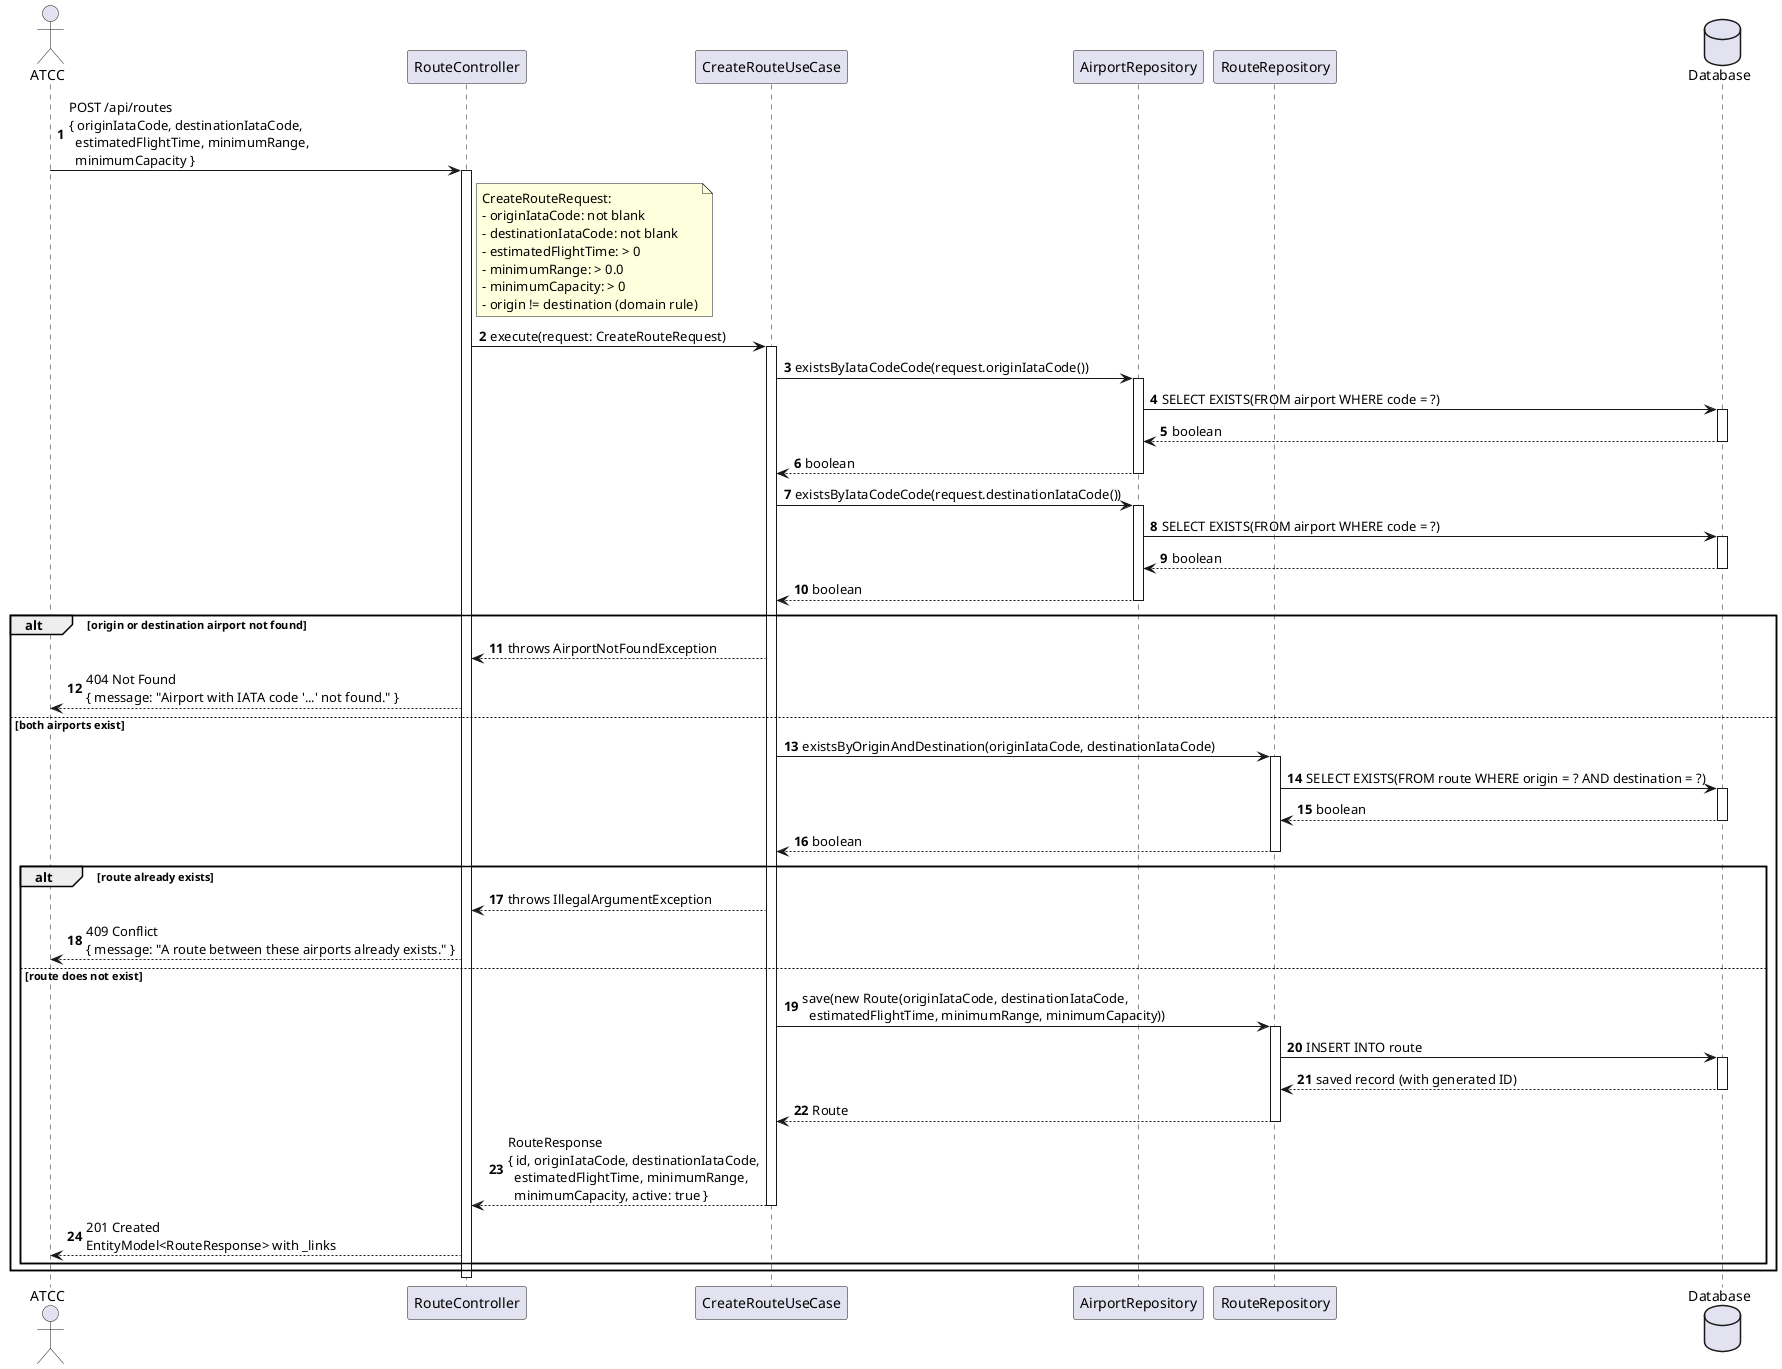
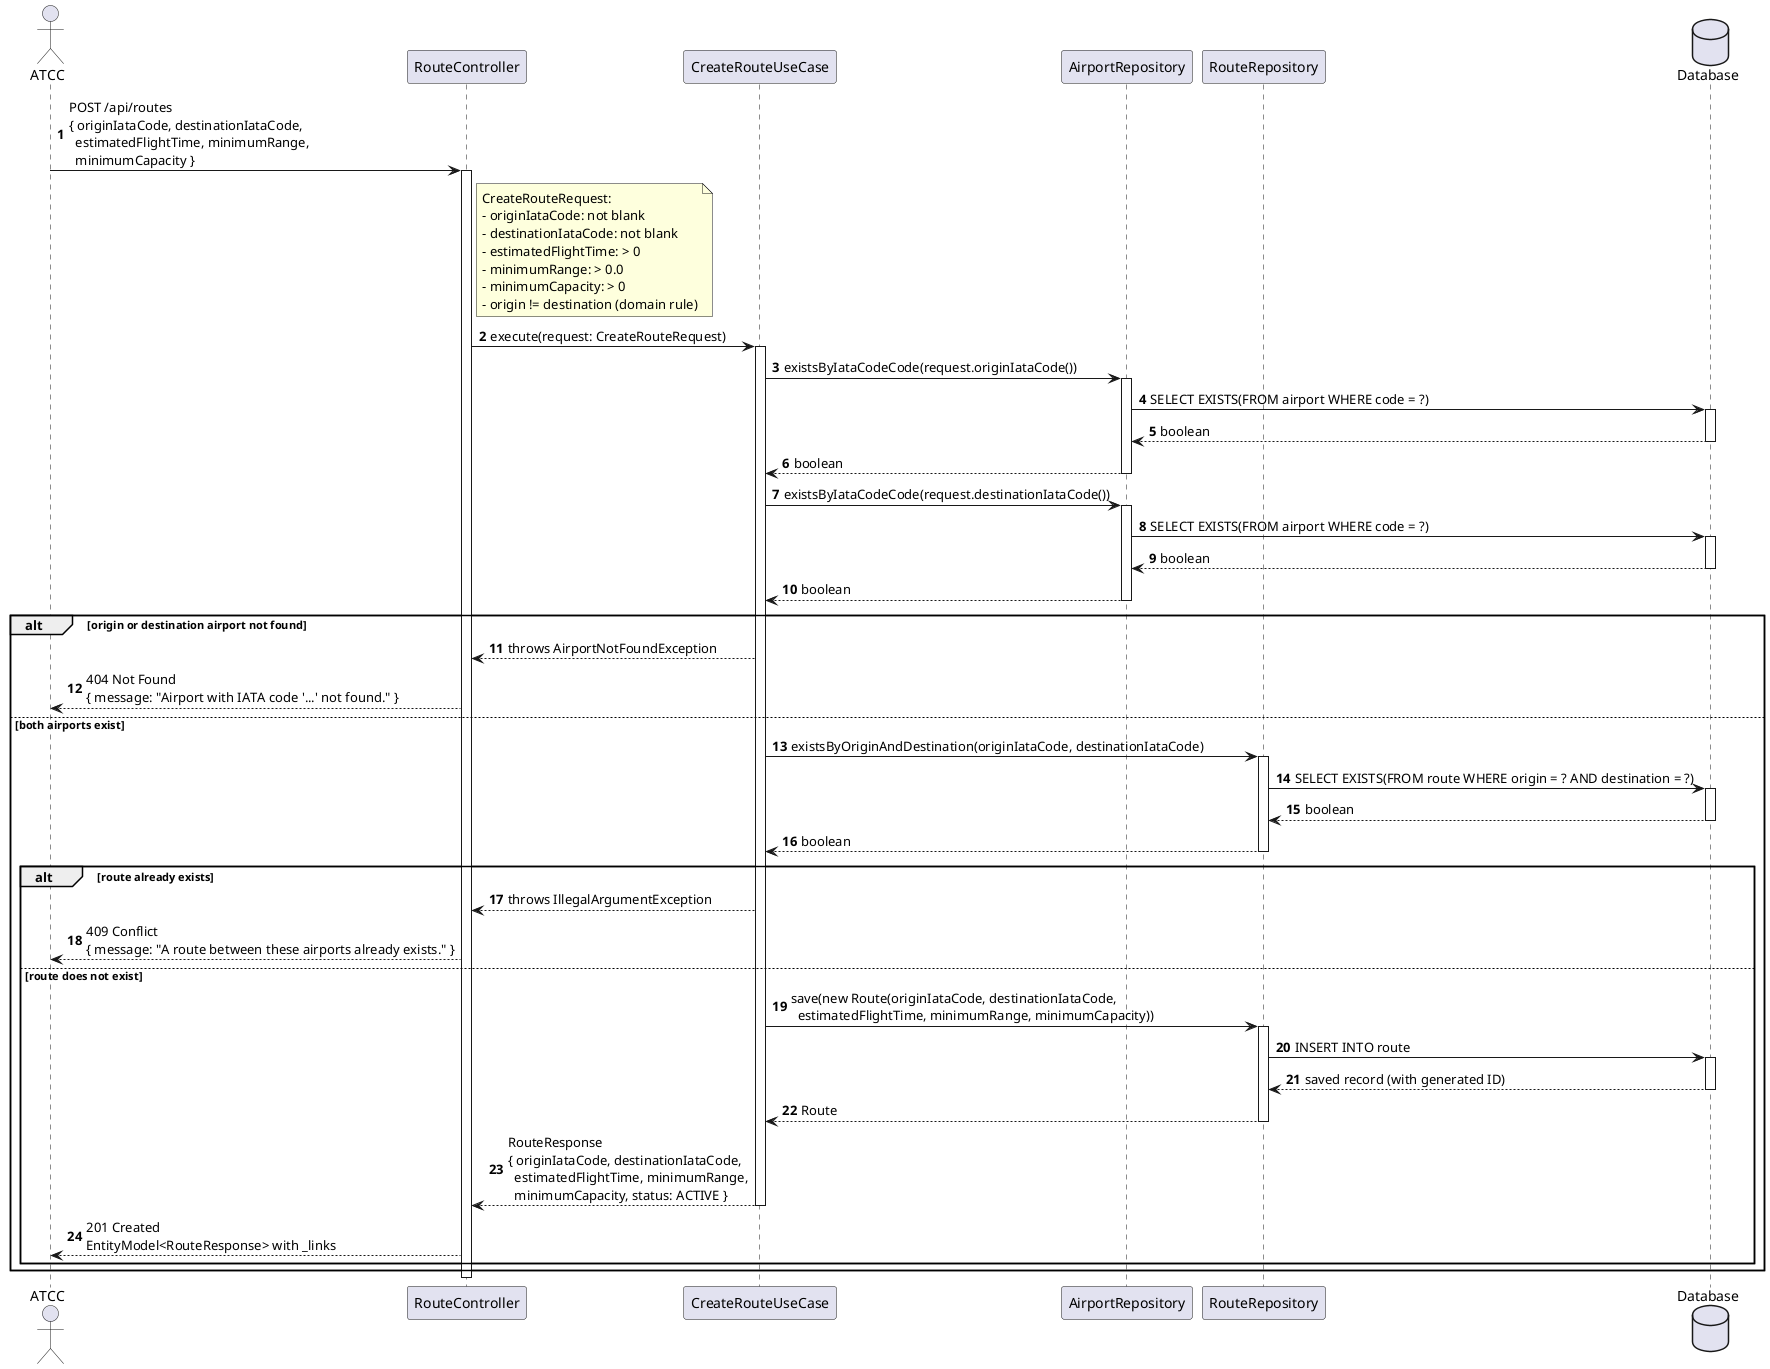
@startuml
autonumber
actor "ATCC" as Actor
participant "RouteController" as Ctrl
participant "CreateRouteUseCase" as UC
participant "AirportRepository" as AirRepo
participant "RouteRepository" as RouteRepo
database "Database" as DB

Actor -> Ctrl : POST /api/routes\n{ originIataCode, destinationIataCode,\n  estimatedFlightTime, minimumRange,\n  minimumCapacity }
activate Ctrl

note right of Ctrl
  CreateRouteRequest:
  - originIataCode: not blank
  - destinationIataCode: not blank
  - estimatedFlightTime: > 0
  - minimumRange: > 0.0
  - minimumCapacity: > 0
  - origin != destination (domain rule)
end note

Ctrl -> UC : execute(request: CreateRouteRequest)
activate UC

UC -> AirRepo : existsByIataCodeCode(request.originIataCode())
activate AirRepo
AirRepo -> DB : SELECT EXISTS(FROM airport WHERE code = ?)
activate DB
DB --> AirRepo : boolean
deactivate DB
AirRepo --> UC : boolean
deactivate AirRepo

UC -> AirRepo : existsByIataCodeCode(request.destinationIataCode())
activate AirRepo
AirRepo -> DB : SELECT EXISTS(FROM airport WHERE code = ?)
activate DB
DB --> AirRepo : boolean
deactivate DB
AirRepo --> UC : boolean
deactivate AirRepo

alt origin or destination airport not found
  UC --> Ctrl : throws AirportNotFoundException
  Ctrl --> Actor : 404 Not Found\n{ message: "Airport with IATA code '...' not found." }
else both airports exist
  UC -> RouteRepo : existsByOriginAndDestination(originIataCode, destinationIataCode)
  activate RouteRepo
  RouteRepo -> DB : SELECT EXISTS(FROM route WHERE origin = ? AND destination = ?)
  activate DB
  DB --> RouteRepo : boolean
  deactivate DB
  RouteRepo --> UC : boolean
  deactivate RouteRepo

  alt route already exists
    UC --> Ctrl : throws IllegalArgumentException
    Ctrl --> Actor : 409 Conflict\n{ message: "A route between these airports already exists." }
  else route does not exist
    UC -> RouteRepo : save(new Route(originIataCode, destinationIataCode,\n  estimatedFlightTime, minimumRange, minimumCapacity))
    activate RouteRepo
    RouteRepo -> DB : INSERT INTO route
    activate DB
    DB --> RouteRepo : saved record (with generated ID)
    deactivate DB
    RouteRepo --> UC : Route
    deactivate RouteRepo

-     UC --> Ctrl : RouteResponse\n{ id, originIataCode, destinationIataCode,\n  estimatedFlightTime, minimumRange,\n  minimumCapacity, active: true }
+     UC --> Ctrl : RouteResponse\n{ originIataCode, destinationIataCode,\n  estimatedFlightTime, minimumRange,\n  minimumCapacity, status: ACTIVE }
    deactivate UC
    Ctrl --> Actor : 201 Created\nEntityModel<RouteResponse> with _links
  end
end

deactivate Ctrl
@enduml
